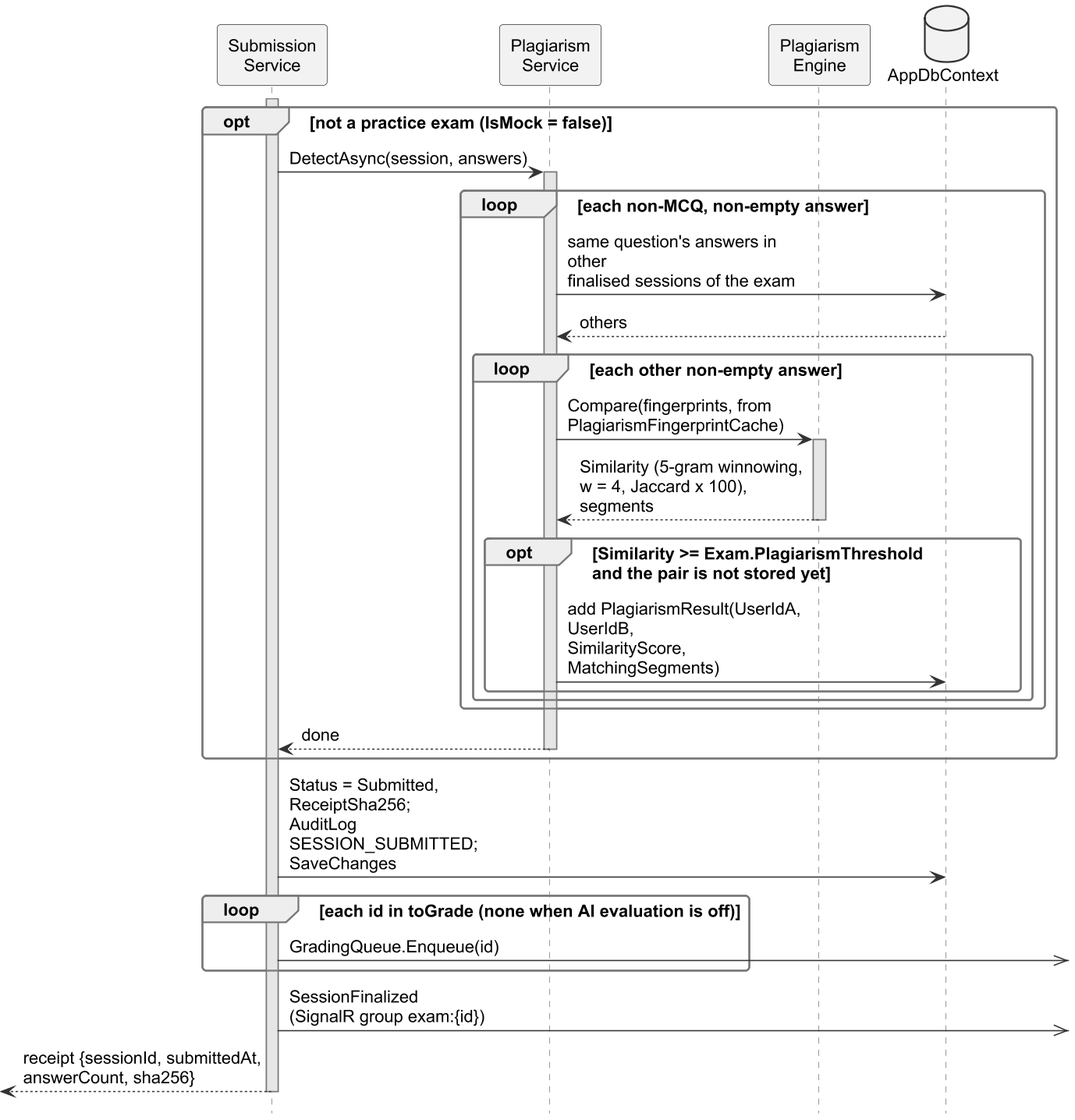
Above: important docs/fyp_doc_3chatp/Figures/seq_ai_plagiarism_b.png in Haiderali27-hub/AI-Lab-Monitoring- (PlantUML), before the change.
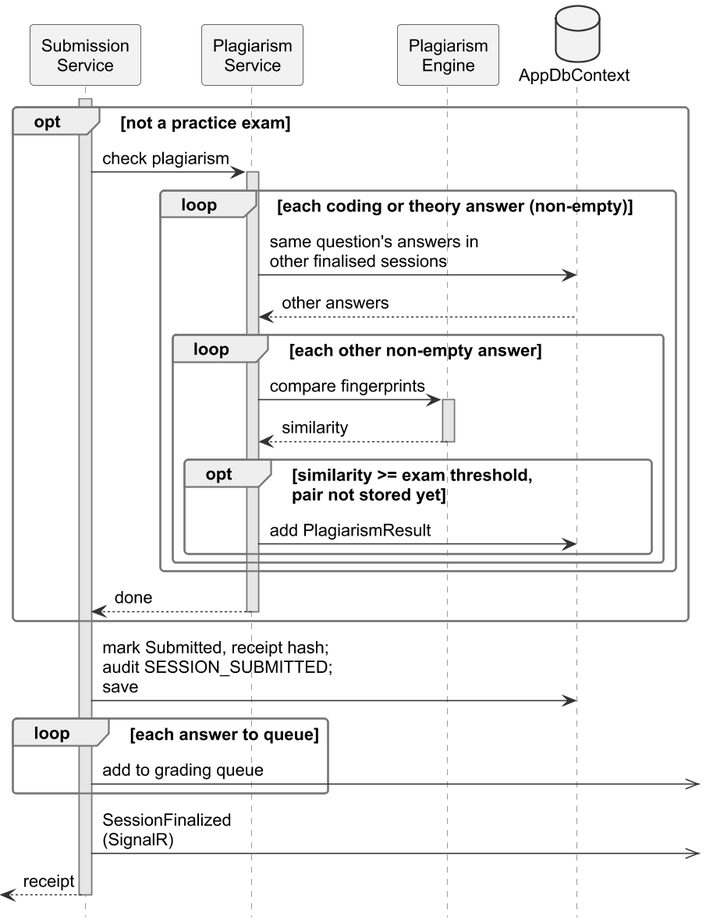
The same file after the commit.

The edit, as a diff of the source:
```diff
@@ -2,10 +2,10 @@
 !include style.iuml
 skinparam defaultFontSize 14
 skinparam ArrowFontSize 14
-skinparam maxMessageSize 200
+skinparam maxMessageSize 220
 hide footbox
 hide unlinked
-skinparam ParticipantPadding 2
+skinparam ParticipantPadding 4
 skinparam BoxPadding 0
 skinparam sequence {
   MessageAlign left
@@ -18,30 +18,30 @@
 participant "Plagiarism\nEngine" as PE
 database "AppDbContext" as DB
 activate SS
-opt not a practice exam (IsMock = false)
-  SS -> PS : DetectAsync(session, answers)
+opt not a practice exam
+  SS -> PS : check plagiarism
   activate PS
-  loop each non-MCQ, non-empty answer
-    PS -> DB : same question's answers in other\nfinalised sessions of the exam
-    DB --> PS : others
+  loop each coding or theory answer (non-empty)
+    PS -> DB : same question's answers in\nother finalised sessions
+    DB --> PS : other answers
     loop each other non-empty answer
-      PS -> PE : Compare(fingerprints, from\nPlagiarismFingerprintCache)
+      PS -> PE : compare fingerprints
       activate PE
-      PE --> PS : Similarity (5-gram winnowing,\nw = 4, Jaccard x 100), segments
+      PE --> PS : similarity
       deactivate PE
-      opt Similarity >= Exam.PlagiarismThreshold\nand the pair is not stored yet
-        PS -> DB : add PlagiarismResult(UserIdA, UserIdB,\nSimilarityScore, MatchingSegments)
+      opt similarity >= exam threshold,\npair not stored yet
+        PS -> DB : add PlagiarismResult
       end
     end
   end
   PS --> SS : done
   deactivate PS
 end
-SS -> DB : Status = Submitted, ReceiptSha256;\nAuditLog SESSION_SUBMITTED; SaveChanges
-loop each id in toGrade (none when AI evaluation is off)
-  SS ->>] : GradingQueue.Enqueue(id)
+SS -> DB : mark Submitted, receipt hash;\naudit SESSION_SUBMITTED; save
+loop each answer to queue
+  SS ->>] : add to grading queue
 end
-SS ->>] : SessionFinalized\n(SignalR group exam:{id})
-[<-- SS : receipt {sessionId, submittedAt,\nanswerCount, sha256}
+SS ->>] : SessionFinalized\n(SignalR)
+[<-- SS : receipt
 deactivate SS
 @enduml
```
